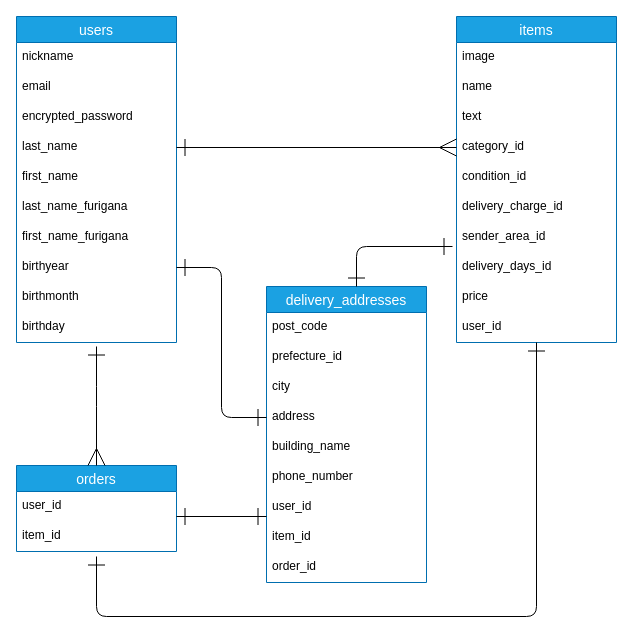
This is ER.dio from soya0128/furima-38312, a draw.io file, before an edit. Source tidied: cells renumbered, new cells numbered last; positions are measured from the earlier drawing's top-left corner, leaving out a move shared by most shapes. Both pictures are drawn from the tidied source at 100%, with x=0, y=0 at pixel (16, 16).
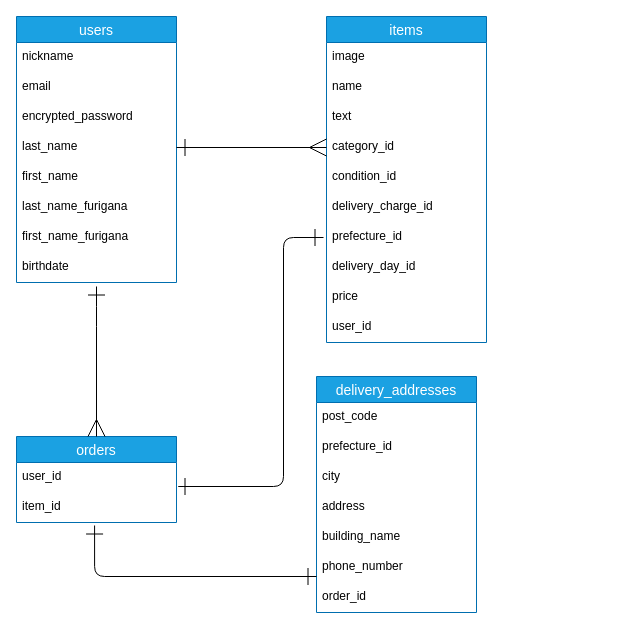
The same page after the edit.

Unchanged cells that the change refers to:
```xml
<mxCell id="29" value="address" style="text;strokeColor=none;fillColor=none;spacingLeft=4;spacingRight=4;overflow=hidden;points=[[0,0.5],[1,0.5]];portConstraint=eastwest;fontSize=12;" parent="25" vertex="1">
  <mxGeometry y="116" width="160" height="30" as="geometry" />
</mxCell>
<mxCell id="39" value="item_id" style="text;strokeColor=none;fillColor=none;spacingLeft=4;spacingRight=4;overflow=hidden;points=[[0,0.5],[1,0.5]];portConstraint=eastwest;fontSize=12;" parent="37" vertex="1">
  <mxGeometry y="56" width="160" height="30" as="geometry" />
</mxCell>
```

Change to the diagram source:
```diff
@@
     <mxCell id="2" value="users" style="swimlane;fontStyle=0;horizontal=1;startSize=26;align=center;fontSize=14;fillColor=#1ba1e2;fontColor=#ffffff;strokeColor=#006EAF;" parent="1" vertex="1">
-      <mxGeometry width="160" height="326" as="geometry" />
+      <mxGeometry width="160" height="266" as="geometry" />
     </mxCell>
@@
-    <mxCell id="10" value="birthyear" style="text;strokeColor=none;fillColor=none;spacingLeft=4;spacingRight=4;overflow=hidden;points=[[0,0.5],[1,0.5]];portConstraint=eastwest;fontSize=12;" parent="2" vertex="1">
+    <mxCell id="10" value="birthdate" style="text;strokeColor=none;fillColor=none;spacingLeft=4;spacingRight=4;overflow=hidden;points=[[0,0.5],[1,0.5]];portConstraint=eastwest;fontSize=12;" parent="2" vertex="1">
       <mxGeometry y="236" width="160" height="30" as="geometry" />
     </mxCell>
-    <mxCell id="11" value="birthmonth" style="text;strokeColor=none;fillColor=none;spacingLeft=4;spacingRight=4;overflow=hidden;fontSize=12;" parent="2" vertex="1">
-      <mxGeometry y="266" width="160" height="30" as="geometry" />
-    </mxCell>
-    <mxCell id="12" value="birthday" style="text;strokeColor=none;fillColor=none;spacingLeft=4;spacingRight=4;overflow=hidden;fontSize=12;" parent="2" vertex="1">
-      <mxGeometry y="296" width="160" height="30" as="geometry" />
-    </mxCell>
     <mxCell id="13" value="items" style="swimlane;fontStyle=0;horizontal=1;startSize=26;align=center;fontSize=14;fillColor=#1ba1e2;fontColor=#ffffff;strokeColor=#006EAF;" parent="1" vertex="1">
-      <mxGeometry x="440" width="160" height="326" as="geometry" />
+      <mxGeometry x="310" width="160" height="326" as="geometry" />
     </mxCell>
@@
-    <mxCell id="20" value="sender_area_id" style="text;strokeColor=none;fillColor=none;spacingLeft=4;spacingRight=4;overflow=hidden;points=[[0,0.5],[1,0.5]];portConstraint=eastwest;fontSize=12;" parent="13" vertex="1">
+    <mxCell id="20" value="prefecture_id" style="text;strokeColor=none;fillColor=none;spacingLeft=4;spacingRight=4;overflow=hidden;points=[[0,0.5],[1,0.5]];portConstraint=eastwest;fontSize=12;" parent="13" vertex="1">
       <mxGeometry y="206" width="160" height="30" as="geometry" />
     </mxCell>
-    <mxCell id="21" value="delivery_days_id" style="text;strokeColor=none;fillColor=none;spacingLeft=4;spacingRight=4;overflow=hidden;fontSize=12;" parent="13" vertex="1">
+    <mxCell id="21" value="delivery_day_id" style="text;strokeColor=none;fillColor=none;spacingLeft=4;spacingRight=4;overflow=hidden;fontSize=12;" parent="13" vertex="1">
       <mxGeometry y="236" width="160" height="30" as="geometry" />
     </mxCell>
@@
     <mxCell id="25" value="delivery_addresses" style="swimlane;fontStyle=0;horizontal=1;startSize=26;align=center;fontSize=14;fillColor=#1ba1e2;fontColor=#ffffff;strokeColor=#006EAF;" parent="1" vertex="1">
-      <mxGeometry x="250" y="270" width="160" height="296" as="geometry" />
+      <mxGeometry x="300" y="360" width="160" height="236" as="geometry" />
     </mxCell>
@@
-    <mxCell id="32" value="user_id" style="text;strokeColor=none;fillColor=none;spacingLeft=4;spacingRight=4;overflow=hidden;fontSize=12;" parent="25" vertex="1">
-      <mxGeometry y="206" width="160" height="30" as="geometry" />
-    </mxCell>
-    <mxCell id="33" value="item_id" style="text;strokeColor=none;fillColor=none;spacingLeft=4;spacingRight=4;overflow=hidden;fontSize=12;" parent="25" vertex="1">
-      <mxGeometry y="236" width="160" height="30" as="geometry" />
-    </mxCell>
     <mxCell id="34" value="order_id" style="text;strokeColor=none;fillColor=none;spacingLeft=4;spacingRight=4;overflow=hidden;fontSize=12;" parent="25" vertex="1">
-      <mxGeometry y="266" width="160" height="30" as="geometry" />
+      <mxGeometry y="206" width="160" height="30" as="geometry" />
     </mxCell>
-    <mxCell id="35" style="edgeStyle=orthogonalEdgeStyle;fontSize=12;html=1;endArrow=ERone;endFill=1;exitX=0;exitY=0.5;exitDx=0;exitDy=0;endSize=15;startSize=15;startArrow=ERone;startFill=0;entryX=1;entryY=0.5;entryDx=0;entryDy=0;" parent="1" edge="1" source="29" target="10">
-      <mxGeometry relative="1" as="geometry" />
-    </mxCell>
-    <mxCell id="36" style="edgeStyle=orthogonalEdgeStyle;fontSize=12;html=1;endArrow=ERone;endFill=1;endSize=15;startSize=15;startArrow=ERone;startFill=0;exitX=-0.025;exitY=0.8;exitDx=0;exitDy=0;exitPerimeter=0;" parent="1" edge="1" source="20">
-      <mxGeometry relative="1" as="geometry">
-        <mxPoint x="340" y="270" as="targetPoint" />
-        <Array as="points">
-          <mxPoint x="340" y="230" />
-          <mxPoint x="340" y="270" />
-        </Array>
-      </mxGeometry>
-    </mxCell>
     <mxCell id="37" value="orders" style="swimlane;fontStyle=0;horizontal=1;startSize=26;align=center;fontSize=14;fillColor=#1ba1e2;fontColor=#ffffff;strokeColor=#006EAF;" parent="1" vertex="1">
-      <mxGeometry y="449" width="160" height="86" as="geometry" />
+      <mxGeometry y="420" width="160" height="86" as="geometry" />
     </mxCell>
@@
-    <mxCell id="40" style="edgeStyle=orthogonalEdgeStyle;html=1;startArrow=ERone;startFill=0;startSize=15;endSize=15;endArrow=ERone;endFill=0;" parent="1" edge="1">
+    <mxCell id="40" style="edgeStyle=orthogonalEdgeStyle;html=1;startArrow=ERone;startFill=0;startSize=15;endSize=15;endArrow=ERone;endFill=0;entryX=0.488;entryY=1.1;entryDx=0;entryDy=0;entryPerimeter=0;" parent="1" edge="1" target="39">
       <mxGeometry relative="1" as="geometry">
-        <mxPoint x="250" y="500" as="sourcePoint" />
-        <mxPoint x="160" y="500" as="targetPoint" />
+        <mxPoint x="300" y="560" as="sourcePoint" />
         <Array as="points">
-          <mxPoint x="160" y="500" />
+          <mxPoint x="78" y="560" />
         </Array>
       </mxGeometry>
     </mxCell>
-    <mxCell id="41" style="edgeStyle=orthogonalEdgeStyle;fontSize=12;html=1;endArrow=ERone;endFill=1;endSize=15;startSize=15;startArrow=ERone;startFill=0;" parent="1" edge="1">
+    <mxCell id="41" style="edgeStyle=orthogonalEdgeStyle;fontSize=12;html=1;endArrow=ERone;endFill=1;endSize=15;startSize=15;startArrow=ERone;startFill=0;exitX=0;exitY=0.5;exitDx=0;exitDy=0;" parent="1" edge="1">
       <mxGeometry relative="1" as="geometry">
-        <mxPoint x="520" y="326" as="sourcePoint" />
-        <mxPoint x="80" y="540" as="targetPoint" />
+        <mxPoint x="307" y="221" as="sourcePoint" />
+        <mxPoint x="177" y="470" as="targetPoint" />
         <Array as="points">
-          <mxPoint x="520" y="600" />
-          <mxPoint x="80" y="600" />
+          <mxPoint x="267" y="221" />
+          <mxPoint x="267" y="470" />
+          <mxPoint x="157" y="470" />
         </Array>
       </mxGeometry>
     </mxCell>
     <mxCell id="42" style="edgeStyle=orthogonalEdgeStyle;html=1;exitX=0.5;exitY=0;exitDx=0;exitDy=0;startArrow=ERmany;startFill=0;startSize=15;endSize=15;endArrow=ERone;endFill=0;" parent="1" edge="1" source="37">
       <mxGeometry relative="1" as="geometry">
-        <mxPoint x="80" y="330" as="targetPoint" />
+        <mxPoint x="80" y="270" as="targetPoint" />
         <Array as="points">
-          <mxPoint x="80" y="380" />
-          <mxPoint x="80" y="380" />
+          <mxPoint x="80" y="300" />
+          <mxPoint x="80" y="300" />
         </Array>
       </mxGeometry>
     </mxCell>
```
